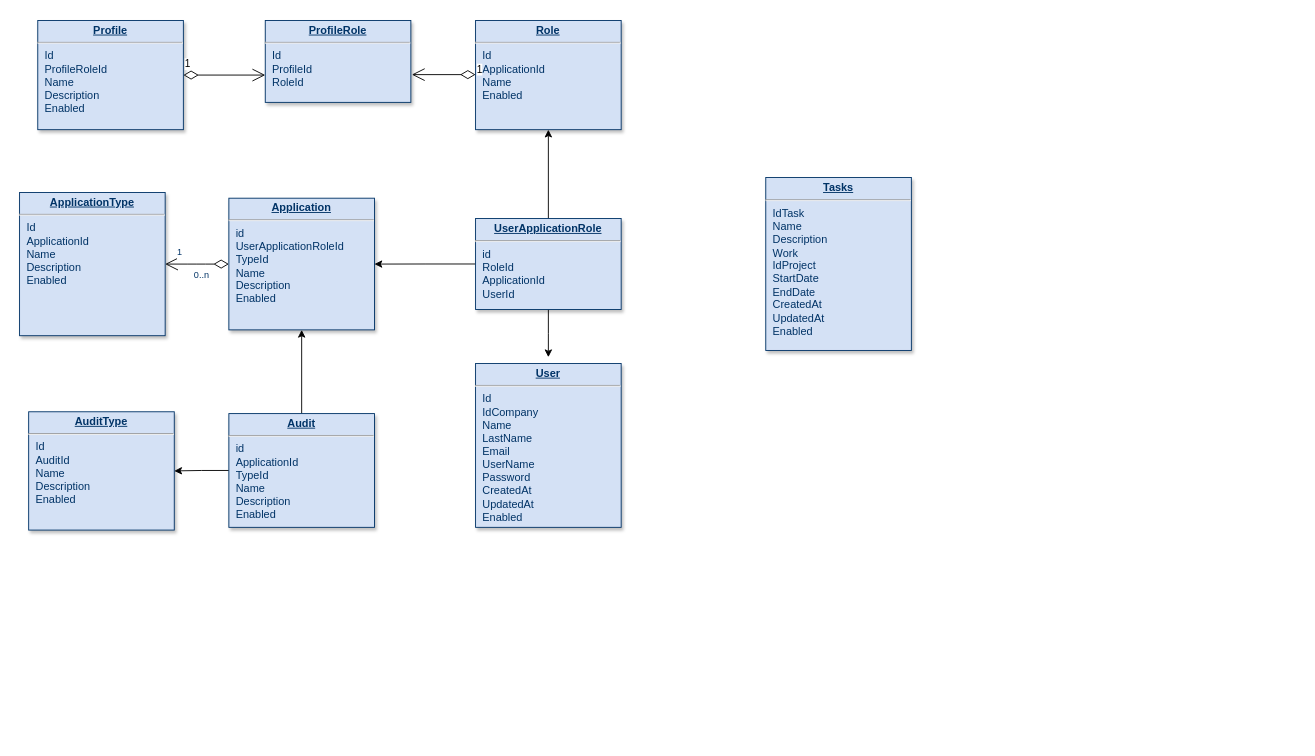
Before: designs/Conceptual DER Diagram.drawio in ssalanitri/GDTS, a draw.io diagram. Source tidied: cells renumbered, new cells numbered last; positions are measured from the earlier drawing's top-left corner, leaving out a move shared by most shapes. Both pictures are drawn from the tidied source at 91%, with x=0, y=0 at pixel (19, 20).
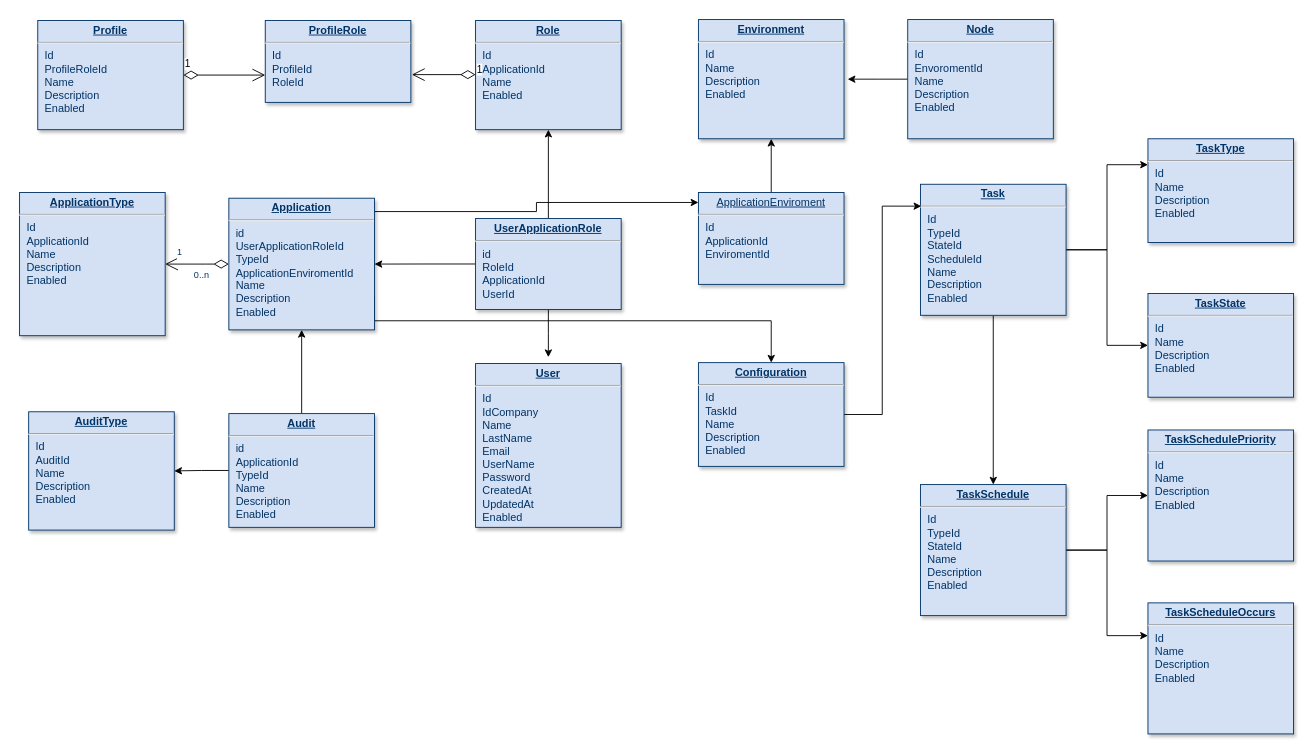
Above is the later version.

Change to the diagram source:
```diff
@@
+    <mxCell id="22" style="edgeStyle=orthogonalEdgeStyle;rounded=0;jettySize=auto;html=1;" parent="1" edge="1" source="3" target="29">
+      <mxGeometry relative="1" as="geometry">
+        <Array as="points">
+          <mxPoint x="568" y="210" />
+          <mxPoint x="568" y="200" />
+        </Array>
+      </mxGeometry>
+    </mxCell>
+    <mxCell id="23" style="edgeStyle=orthogonalEdgeStyle;rounded=0;jettySize=auto;html=1;exitX=1;exitY=0.75;exitDx=0;exitDy=0;" parent="1" edge="1" source="3" target="31">
+      <mxGeometry relative="1" as="geometry">
+        <Array as="points">
+          <mxPoint x="390" y="330" />
+          <mxPoint x="826" y="330" />
+        </Array>
+      </mxGeometry>
+    </mxCell>
-    <mxCell id="3" value="&lt;p style=&quot;margin: 0px ; margin-top: 4px ; text-align: center ; text-decoration: underline&quot;&gt;&lt;b&gt;Application&lt;/b&gt;&lt;/p&gt;&lt;hr&gt;&lt;p style=&quot;margin: 0px ; margin-left: 8px&quot;&gt;id&lt;/p&gt;&lt;p style=&quot;margin: 0px ; margin-left: 8px&quot;&gt;UserApplicationRoleId&lt;/p&gt;&lt;p style=&quot;margin: 0px ; margin-left: 8px&quot;&gt;&lt;span&gt;TypeId&lt;/span&gt;&lt;br&gt;&lt;/p&gt;&lt;p style=&quot;margin: 0px ; margin-left: 8px&quot;&gt;Name&lt;/p&gt;&lt;p style=&quot;margin: 0px ; margin-left: 8px&quot;&gt;Description&lt;/p&gt;&lt;p style=&quot;margin: 0px ; margin-left: 8px&quot;&gt;&lt;span&gt;Enabled&lt;/span&gt;&lt;br&gt;&lt;/p&gt;" style="verticalAlign=top;align=left;overflow=fill;fontSize=12;fontFamily=Helvetica;html=1;strokeColor=#003366;shadow=1;fillColor=#D4E1F5;fontColor=#003366;" parent="1" vertex="1">
+    <mxCell id="3" value="&lt;p style=&quot;margin: 0px ; margin-top: 4px ; text-align: center ; text-decoration: underline&quot;&gt;&lt;b&gt;Application&lt;/b&gt;&lt;/p&gt;&lt;hr&gt;&lt;p style=&quot;margin: 0px ; margin-left: 8px&quot;&gt;id&lt;/p&gt;&lt;p style=&quot;margin: 0px ; margin-left: 8px&quot;&gt;UserApplicationRoleId&lt;/p&gt;&lt;p style=&quot;margin: 0px ; margin-left: 8px&quot;&gt;&lt;span&gt;TypeId&lt;/span&gt;&lt;br&gt;&lt;/p&gt;&lt;p style=&quot;margin: 0px ; margin-left: 8px&quot;&gt;&lt;span&gt;ApplicationEnviromentId&lt;/span&gt;&lt;/p&gt;&lt;p style=&quot;margin: 0px ; margin-left: 8px&quot;&gt;Name&lt;/p&gt;&lt;p style=&quot;margin: 0px ; margin-left: 8px&quot;&gt;Description&lt;/p&gt;&lt;p style=&quot;margin: 0px ; margin-left: 8px&quot;&gt;&lt;span&gt;Enabled&lt;/span&gt;&lt;br&gt;&lt;/p&gt;" style="verticalAlign=top;align=left;overflow=fill;fontSize=12;fontFamily=Helvetica;html=1;strokeColor=#003366;shadow=1;fillColor=#D4E1F5;fontColor=#003366;" parent="1" vertex="1">
       <mxGeometry x="230" y="195.3" width="160" height="144.7" as="geometry" />
     </mxCell>
@@
+    <mxCell id="24" style="edgeStyle=orthogonalEdgeStyle;rounded=0;jettySize=auto;html=1;entryX=0;entryY=0.25;entryDx=0;entryDy=0;" parent="1" edge="1" source="11" target="34">
+      <mxGeometry relative="1" as="geometry" />
+    </mxCell>
+    <mxCell id="25" style="edgeStyle=orthogonalEdgeStyle;rounded=0;jettySize=auto;html=1;entryX=0;entryY=0.5;entryDx=0;entryDy=0;" parent="1" edge="1" source="11" target="35">
+      <mxGeometry relative="1" as="geometry" />
+    </mxCell>
+    <mxCell id="26" style="edgeStyle=orthogonalEdgeStyle;rounded=0;jettySize=auto;html=1;" parent="1" edge="1" source="11">
+      <mxGeometry relative="1" as="geometry">
+        <mxPoint x="1070" y="510" as="targetPoint" />
+      </mxGeometry>
+    </mxCell>
-    <mxCell id="11" value="&lt;p style=&quot;margin: 0px; margin-top: 4px; text-align: center; text-decoration: underline;&quot;&gt;&lt;strong&gt;Tasks&lt;/strong&gt;&lt;/p&gt;&lt;hr /&gt;&lt;p style=&quot;margin: 0px; margin-left: 8px;&quot;&gt;IdTask&lt;/p&gt;&lt;p style=&quot;margin: 0px; margin-left: 8px;&quot;&gt;Name&lt;/p&gt;&lt;p style=&quot;margin: 0px; margin-left: 8px;&quot;&gt;Description&lt;/p&gt;&lt;p style=&quot;margin: 0px; margin-left: 8px;&quot;&gt;Work&lt;/p&gt;&lt;p style=&quot;margin: 0px; margin-left: 8px;&quot;&gt;IdProject&lt;/p&gt;&lt;p style=&quot;margin: 0px; margin-left: 8px;&quot;&gt;StartDate&lt;/p&gt;&lt;p style=&quot;margin: 0px; margin-left: 8px;&quot;&gt;EndDate&lt;/p&gt;&lt;p style=&quot;margin: 0px; margin-left: 8px;&quot;&gt;CreatedAt&lt;/p&gt;&lt;p style=&quot;margin: 0px; margin-left: 8px;&quot;&gt;UpdatedAt&lt;/p&gt;&lt;p style=&quot;margin: 0px; margin-left: 8px;&quot;&gt;Enabled&lt;/p&gt;" style="verticalAlign=top;align=left;overflow=fill;fontSize=12;fontFamily=Helvetica;html=1;strokeColor=#003366;shadow=1;fillColor=#D4E1F5;fontColor=#003366;" parent="1" vertex="1">
-      <mxGeometry x="820" y="172.6" width="160" height="190" as="geometry" />
+    <mxCell id="11" value="&lt;p style=&quot;margin: 0px ; margin-top: 4px ; text-align: center ; text-decoration: underline&quot;&gt;&lt;strong&gt;Task&lt;/strong&gt;&lt;/p&gt;&lt;hr&gt;&lt;p style=&quot;margin: 0px ; margin-left: 8px&quot;&gt;Id&lt;/p&gt;&lt;p style=&quot;margin: 0px ; margin-left: 8px&quot;&gt;TypeId&lt;/p&gt;&lt;p style=&quot;margin: 0px ; margin-left: 8px&quot;&gt;StateId&lt;/p&gt;&lt;p style=&quot;margin: 0px ; margin-left: 8px&quot;&gt;ScheduleId&lt;/p&gt;&lt;p style=&quot;margin: 0px ; margin-left: 8px&quot;&gt;Name&lt;/p&gt;&lt;p style=&quot;margin: 0px ; margin-left: 8px&quot;&gt;Description&lt;/p&gt;&lt;p style=&quot;margin: 0px ; margin-left: 8px&quot;&gt;&lt;span&gt;Enabled&lt;/span&gt;&lt;br&gt;&lt;/p&gt;" style="verticalAlign=top;align=left;overflow=fill;fontSize=12;fontFamily=Helvetica;html=1;strokeColor=#003366;shadow=1;fillColor=#D4E1F5;fontColor=#003366;" parent="1" vertex="1">
+      <mxGeometry x="990" y="180" width="160" height="144" as="geometry" />
     </mxCell>
@@
+    <mxCell id="27" value="&lt;p style=&quot;margin: 0px ; margin-top: 4px ; text-align: center ; text-decoration: underline&quot;&gt;&lt;b&gt;Environment&lt;/b&gt;&lt;/p&gt;&lt;hr&gt;&lt;p style=&quot;margin: 0px ; margin-left: 8px&quot;&gt;Id&lt;/p&gt;&lt;p style=&quot;margin: 0px ; margin-left: 8px&quot;&gt;Name&lt;/p&gt;&lt;p style=&quot;margin: 0px ; margin-left: 8px&quot;&gt;Description&lt;/p&gt;&lt;p style=&quot;margin: 0px ; margin-left: 8px&quot;&gt;&lt;span&gt;Enabled&lt;/span&gt;&lt;br&gt;&lt;/p&gt;" style="verticalAlign=top;align=left;overflow=fill;fontSize=12;fontFamily=Helvetica;html=1;strokeColor=#003366;shadow=1;fillColor=#D4E1F5;fontColor=#003366;" parent="1" vertex="1">
+      <mxGeometry x="746" y="-1" width="160" height="131" as="geometry" />
+    </mxCell>
+    <mxCell id="28" style="edgeStyle=orthogonalEdgeStyle;rounded=0;jettySize=auto;html=1;entryX=0.5;entryY=1;entryDx=0;entryDy=0;" parent="1" edge="1" source="29" target="27">
+      <mxGeometry relative="1" as="geometry" />
+    </mxCell>
+    <mxCell id="29" value="&lt;p style=&quot;margin: 0px ; margin-top: 4px ; text-align: center ; text-decoration: underline&quot;&gt;&lt;span style=&quot;text-align: left&quot;&gt;ApplicationEnviroment&lt;/span&gt;&lt;br&gt;&lt;/p&gt;&lt;hr&gt;&lt;p style=&quot;margin: 0px ; margin-left: 8px&quot;&gt;Id&lt;/p&gt;&lt;p style=&quot;margin: 0px ; margin-left: 8px&quot;&gt;ApplicationId&lt;/p&gt;&lt;p style=&quot;margin: 0px ; margin-left: 8px&quot;&gt;EnviromentId&lt;/p&gt;&lt;p style=&quot;margin: 0px ; margin-left: 8px&quot;&gt;&lt;br&gt;&lt;/p&gt;" style="verticalAlign=top;align=left;overflow=fill;fontSize=12;fontFamily=Helvetica;html=1;strokeColor=#003366;shadow=1;fillColor=#D4E1F5;fontColor=#003366;" parent="1" vertex="1">
+      <mxGeometry x="746" y="189" width="160" height="101" as="geometry" />
+    </mxCell>
+    <mxCell id="30" style="edgeStyle=orthogonalEdgeStyle;rounded=0;jettySize=auto;html=1;entryX=0.006;entryY=0.167;entryDx=0;entryDy=0;entryPerimeter=0;" parent="1" edge="1" source="31" target="11">
+      <mxGeometry relative="1" as="geometry" />
+    </mxCell>
+    <mxCell id="31" value="&lt;p style=&quot;margin: 0px ; margin-top: 4px ; text-align: center ; text-decoration: underline&quot;&gt;&lt;b&gt;Configuration&lt;/b&gt;&lt;/p&gt;&lt;hr&gt;&lt;p style=&quot;margin: 0px ; margin-left: 8px&quot;&gt;Id&lt;/p&gt;&lt;p style=&quot;margin: 0px ; margin-left: 8px&quot;&gt;TaskId&lt;/p&gt;&lt;p style=&quot;margin: 0px ; margin-left: 8px&quot;&gt;Name&lt;/p&gt;&lt;p style=&quot;margin: 0px ; margin-left: 8px&quot;&gt;Description&lt;/p&gt;&lt;p style=&quot;margin: 0px ; margin-left: 8px&quot;&gt;&lt;span&gt;Enabled&lt;/span&gt;&lt;br&gt;&lt;/p&gt;" style="verticalAlign=top;align=left;overflow=fill;fontSize=12;fontFamily=Helvetica;html=1;strokeColor=#003366;shadow=1;fillColor=#D4E1F5;fontColor=#003366;" parent="1" vertex="1">
+      <mxGeometry x="746" y="376" width="160" height="114" as="geometry" />
+    </mxCell>
+    <mxCell id="32" style="edgeStyle=orthogonalEdgeStyle;rounded=0;jettySize=auto;html=1;" parent="1" edge="1" source="33">
+      <mxGeometry relative="1" as="geometry">
+        <mxPoint x="910" y="64.5" as="targetPoint" />
+      </mxGeometry>
+    </mxCell>
+    <mxCell id="33" value="&lt;p style=&quot;margin: 0px ; margin-top: 4px ; text-align: center ; text-decoration: underline&quot;&gt;&lt;b&gt;Node&lt;/b&gt;&lt;/p&gt;&lt;hr&gt;&lt;p style=&quot;margin: 0px ; margin-left: 8px&quot;&gt;Id&lt;/p&gt;&lt;p style=&quot;margin: 0px ; margin-left: 8px&quot;&gt;EnvoromentId&lt;/p&gt;&lt;p style=&quot;margin: 0px ; margin-left: 8px&quot;&gt;Name&lt;/p&gt;&lt;p style=&quot;margin: 0px ; margin-left: 8px&quot;&gt;Description&lt;/p&gt;&lt;p style=&quot;margin: 0px ; margin-left: 8px&quot;&gt;&lt;span&gt;Enabled&lt;/span&gt;&lt;br&gt;&lt;/p&gt;" style="verticalAlign=top;align=left;overflow=fill;fontSize=12;fontFamily=Helvetica;html=1;strokeColor=#003366;shadow=1;fillColor=#D4E1F5;fontColor=#003366;" parent="1" vertex="1">
+      <mxGeometry x="976" y="-1" width="160" height="131" as="geometry" />
+    </mxCell>
+    <mxCell id="34" value="&lt;p style=&quot;margin: 0px ; margin-top: 4px ; text-align: center ; text-decoration: underline&quot;&gt;&lt;b&gt;TaskType&lt;/b&gt;&lt;/p&gt;&lt;hr&gt;&lt;p style=&quot;margin: 0px ; margin-left: 8px&quot;&gt;Id&lt;/p&gt;&lt;p style=&quot;margin: 0px ; margin-left: 8px&quot;&gt;Name&lt;/p&gt;&lt;p style=&quot;margin: 0px ; margin-left: 8px&quot;&gt;Description&lt;/p&gt;&lt;p style=&quot;margin: 0px ; margin-left: 8px&quot;&gt;&lt;span&gt;Enabled&lt;/span&gt;&lt;br&gt;&lt;/p&gt;" style="verticalAlign=top;align=left;overflow=fill;fontSize=12;fontFamily=Helvetica;html=1;strokeColor=#003366;shadow=1;fillColor=#D4E1F5;fontColor=#003366;" parent="1" vertex="1">
+      <mxGeometry x="1240" y="130" width="160" height="114" as="geometry" />
+    </mxCell>
+    <mxCell id="35" value="&lt;p style=&quot;margin: 0px ; margin-top: 4px ; text-align: center ; text-decoration: underline&quot;&gt;&lt;b&gt;TaskState&lt;/b&gt;&lt;/p&gt;&lt;hr&gt;&lt;p style=&quot;margin: 0px ; margin-left: 8px&quot;&gt;Id&lt;/p&gt;&lt;p style=&quot;margin: 0px ; margin-left: 8px&quot;&gt;Name&lt;/p&gt;&lt;p style=&quot;margin: 0px ; margin-left: 8px&quot;&gt;Description&lt;/p&gt;&lt;p style=&quot;margin: 0px ; margin-left: 8px&quot;&gt;&lt;span&gt;Enabled&lt;/span&gt;&lt;br&gt;&lt;/p&gt;" style="verticalAlign=top;align=left;overflow=fill;fontSize=12;fontFamily=Helvetica;html=1;strokeColor=#003366;shadow=1;fillColor=#D4E1F5;fontColor=#003366;" parent="1" vertex="1">
+      <mxGeometry x="1240" y="300" width="160" height="114" as="geometry" />
+    </mxCell>
+    <mxCell id="36" style="edgeStyle=orthogonalEdgeStyle;rounded=0;jettySize=auto;html=1;" parent="1" edge="1" source="38" target="39">
+      <mxGeometry relative="1" as="geometry" />
+    </mxCell>
+    <mxCell id="37" style="edgeStyle=orthogonalEdgeStyle;rounded=0;jettySize=auto;html=1;entryX=0;entryY=0.25;entryDx=0;entryDy=0;" parent="1" edge="1" source="38" target="40">
+      <mxGeometry relative="1" as="geometry" />
+    </mxCell>
+    <mxCell id="38" value="&lt;p style=&quot;margin: 0px ; margin-top: 4px ; text-align: center ; text-decoration: underline&quot;&gt;&lt;strong&gt;TaskSchedule&lt;/strong&gt;&lt;/p&gt;&lt;hr&gt;&lt;p style=&quot;margin: 0px ; margin-left: 8px&quot;&gt;Id&lt;/p&gt;&lt;p style=&quot;margin: 0px ; margin-left: 8px&quot;&gt;TypeId&lt;/p&gt;&lt;p style=&quot;margin: 0px ; margin-left: 8px&quot;&gt;StateId&lt;/p&gt;&lt;p style=&quot;margin: 0px ; margin-left: 8px&quot;&gt;Name&lt;/p&gt;&lt;p style=&quot;margin: 0px ; margin-left: 8px&quot;&gt;Description&lt;/p&gt;&lt;p style=&quot;margin: 0px ; margin-left: 8px&quot;&gt;&lt;span&gt;Enabled&lt;/span&gt;&lt;br&gt;&lt;/p&gt;" style="verticalAlign=top;align=left;overflow=fill;fontSize=12;fontFamily=Helvetica;html=1;strokeColor=#003366;shadow=1;fillColor=#D4E1F5;fontColor=#003366;" parent="1" vertex="1">
+      <mxGeometry x="990" y="510" width="160" height="144" as="geometry" />
+    </mxCell>
+    <mxCell id="39" value="&lt;p style=&quot;margin: 0px ; margin-top: 4px ; text-align: center ; text-decoration: underline&quot;&gt;&lt;strong&gt;TaskSchedulePriority&lt;/strong&gt;&lt;/p&gt;&lt;hr&gt;&lt;p style=&quot;margin: 0px ; margin-left: 8px&quot;&gt;Id&lt;/p&gt;&lt;p style=&quot;margin: 0px ; margin-left: 8px&quot;&gt;&lt;span&gt;Name&lt;/span&gt;&lt;br&gt;&lt;/p&gt;&lt;p style=&quot;margin: 0px ; margin-left: 8px&quot;&gt;Description&lt;/p&gt;&lt;p style=&quot;margin: 0px ; margin-left: 8px&quot;&gt;&lt;span&gt;Enabled&lt;/span&gt;&lt;br&gt;&lt;/p&gt;" style="verticalAlign=top;align=left;overflow=fill;fontSize=12;fontFamily=Helvetica;html=1;strokeColor=#003366;shadow=1;fillColor=#D4E1F5;fontColor=#003366;" parent="1" vertex="1">
+      <mxGeometry x="1240" y="450" width="160" height="144" as="geometry" />
+    </mxCell>
+    <mxCell id="40" value="&lt;p style=&quot;margin: 0px ; margin-top: 4px ; text-align: center ; text-decoration: underline&quot;&gt;&lt;strong&gt;TaskScheduleOccurs&lt;/strong&gt;&lt;/p&gt;&lt;hr&gt;&lt;p style=&quot;margin: 0px ; margin-left: 8px&quot;&gt;Id&lt;/p&gt;&lt;p style=&quot;margin: 0px ; margin-left: 8px&quot;&gt;&lt;span&gt;Name&lt;/span&gt;&lt;br&gt;&lt;/p&gt;&lt;p style=&quot;margin: 0px ; margin-left: 8px&quot;&gt;Description&lt;/p&gt;&lt;p style=&quot;margin: 0px ; margin-left: 8px&quot;&gt;&lt;span&gt;Enabled&lt;/span&gt;&lt;br&gt;&lt;/p&gt;" style="verticalAlign=top;align=left;overflow=fill;fontSize=12;fontFamily=Helvetica;html=1;strokeColor=#003366;shadow=1;fillColor=#D4E1F5;fontColor=#003366;" parent="1" vertex="1">
+      <mxGeometry x="1240" y="640" width="160" height="144" as="geometry" />
+    </mxCell>
```
